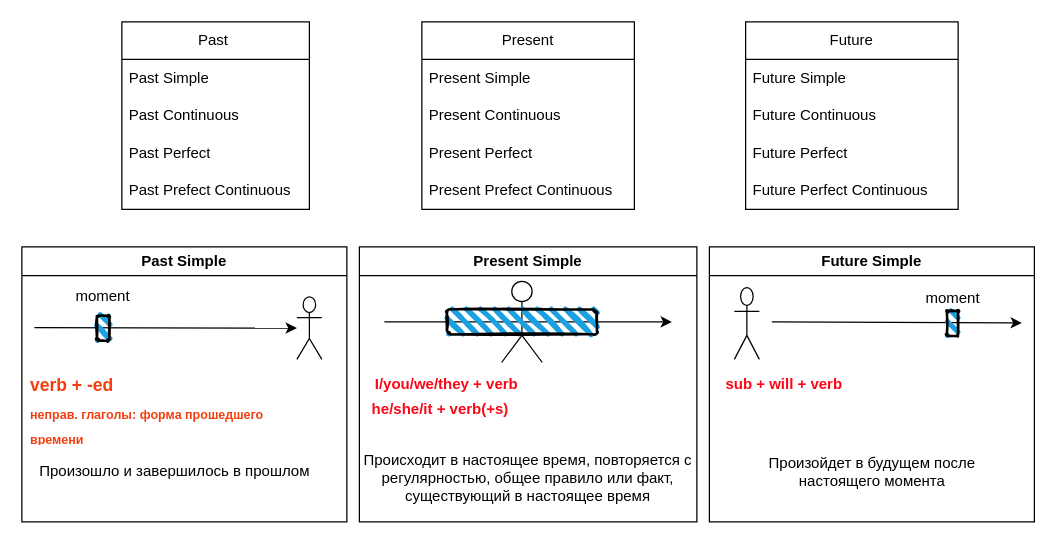
Before: Времена в английском.drawio in FeraVerto/english, a draw.io diagram. Source tidied: cells renumbered, new cells numbered last; positions are measured from the earlier drawing's top-left corner, leaving out a move shared by most shapes. Both pictures are drawn from the tidied source at 125%, with x=0, y=0 at pixel (21, 21).
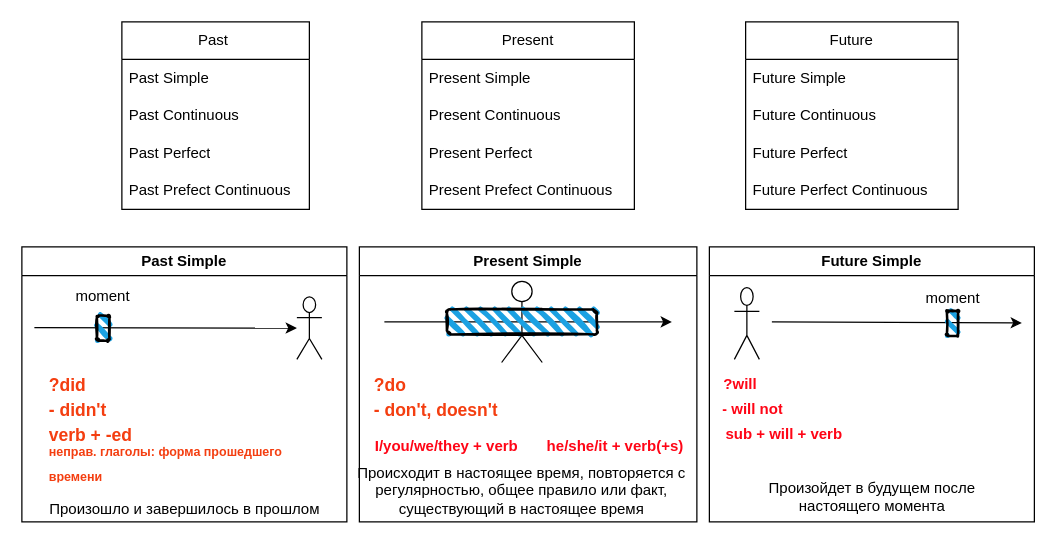
The same page after the edit.

The change refers to these unchanged cells:
```xml
<mxCell id="17" value="Past Simple" style="swimlane;whiteSpace=wrap;html=1;" parent="1" vertex="1">
  <mxGeometry y="180" width="260" height="220" as="geometry" />
</mxCell>
<mxCell id="25" value="Present Simple" style="swimlane;whiteSpace=wrap;html=1;" parent="1" vertex="1">
  <mxGeometry x="270" y="180" width="270" height="220" as="geometry" />
</mxCell>
<mxCell id="30" value="Future Simple" style="swimlane;whiteSpace=wrap;html=1;" parent="1" vertex="1">
  <mxGeometry x="550" y="180" width="260" height="220" as="geometry" />
</mxCell>
```

Diff of the diagram source:
```diff
@@
     <mxCell id="21" value="verb + -ed" style="text;html=1;strokeColor=none;fillColor=none;align=left;verticalAlign=middle;whiteSpace=wrap;overflow=hidden;fontStyle=1;fontColor=#f43e10;fontSize=14;" parent="17" vertex="1">
-      <mxGeometry x="5" y="100" width="75" height="20" as="geometry" />
+      <mxGeometry x="20" y="140" width="75" height="20" as="geometry" />
     </mxCell>
     <mxCell id="22" value="&lt;font style=&quot;font-size: 10px;&quot;&gt;неправ. глаголы: форма прошедшего времени&lt;/font&gt;" style="text;html=1;strokeColor=none;fillColor=none;align=left;verticalAlign=middle;whiteSpace=wrap;overflow=hidden;fontStyle=1;fontColor=#f43e10;fontSize=17;" parent="17" vertex="1">
-      <mxGeometry x="5" y="120" width="195" height="40" as="geometry" />
+      <mxGeometry x="20" y="150" width="195" height="40" as="geometry" />
     </mxCell>
     <mxCell id="23" value="Произошло и завершилось в прошлом" style="text;html=1;strokeColor=none;fillColor=none;align=center;verticalAlign=middle;whiteSpace=wrap;overflow=hidden;" parent="17" vertex="1">
-      <mxGeometry x="5" y="170" width="235" height="20" as="geometry" />
+      <mxGeometry x="12.5" y="200" width="235" height="20" as="geometry" />
     </mxCell>
@@
+    <mxCell id="39" value="?did" style="text;html=1;strokeColor=none;fillColor=none;align=left;verticalAlign=middle;whiteSpace=wrap;overflow=hidden;fontStyle=1;fontColor=#f43e10;fontSize=14;" parent="17" vertex="1">
+      <mxGeometry x="20" y="100" width="75" height="20" as="geometry" />
+    </mxCell>
+    <mxCell id="40" value="- didn't" style="text;html=1;strokeColor=none;fillColor=none;align=left;verticalAlign=middle;whiteSpace=wrap;overflow=hidden;fontStyle=1;fontColor=#f43e10;fontSize=14;" parent="17" vertex="1">
+      <mxGeometry x="20" y="120" width="75" height="20" as="geometry" />
+    </mxCell>
@@
     <mxCell id="27" value="I/you/we/they + verb" style="text;html=1;strokeColor=none;fillColor=none;align=center;verticalAlign=middle;whiteSpace=wrap;overflow=hidden;fontColor=#FF0516;fontStyle=1;" parent="25" vertex="1">
-      <mxGeometry x="10" y="100" width="120" height="20" as="geometry" />
+      <mxGeometry x="10" y="150" width="120" height="20" as="geometry" />
     </mxCell>
     <mxCell id="28" value="he/she/it + verb(+s)" style="text;html=1;strokeColor=none;fillColor=none;align=center;verticalAlign=middle;whiteSpace=wrap;overflow=hidden;fontStyle=1;fontColor=#FF0516;" parent="25" vertex="1">
-      <mxGeometry y="120" width="130" height="20" as="geometry" />
+      <mxGeometry x="140" y="150" width="130" height="20" as="geometry" />
     </mxCell>
     <mxCell id="29" value="Происходит в настоящее время, повторяется с регулярностью, общее правило или факт, существующий в настоящее время" style="text;html=1;strokeColor=none;fillColor=none;align=center;verticalAlign=middle;whiteSpace=wrap;overflow=hidden;" parent="25" vertex="1">
-      <mxGeometry y="150" width="270" height="70" as="geometry" />
+      <mxGeometry x="-5" y="170" width="270" height="50" as="geometry" />
     </mxCell>
+    <mxCell id="41" value="?do" style="text;html=1;strokeColor=none;fillColor=none;align=left;verticalAlign=middle;whiteSpace=wrap;overflow=hidden;fontStyle=1;fontColor=#f43e10;fontSize=14;" parent="25" vertex="1">
+      <mxGeometry x="10" y="100" width="75" height="20" as="geometry" />
+    </mxCell>
+    <mxCell id="42" value="- don't, doesn't" style="text;html=1;strokeColor=none;fillColor=none;align=left;verticalAlign=middle;whiteSpace=wrap;overflow=hidden;fontStyle=1;fontColor=#f43e10;fontSize=14;" parent="25" vertex="1">
+      <mxGeometry x="10" y="120" width="120" height="20" as="geometry" />
+    </mxCell>
@@
     <mxCell id="31" value="sub + will + verb" style="text;html=1;strokeColor=none;fillColor=none;align=center;verticalAlign=middle;whiteSpace=wrap;overflow=hidden;fontColor=#FF0516;fontStyle=1;" parent="30" vertex="1">
-      <mxGeometry y="100" width="120" height="20" as="geometry" />
+      <mxGeometry y="140" width="120" height="20" as="geometry" />
     </mxCell>
@@
     <mxCell id="35" value="Произойдет в будущем после настоящего момента" style="text;html=1;strokeColor=none;fillColor=none;align=center;verticalAlign=middle;whiteSpace=wrap;overflow=hidden;" parent="30" vertex="1">
-      <mxGeometry x="12.5" y="160" width="235" height="40" as="geometry" />
+      <mxGeometry x="12.5" y="180" width="235" height="40" as="geometry" />
     </mxCell>
@@
+    <mxCell id="43" value="?will" style="text;html=1;strokeColor=none;fillColor=none;align=center;verticalAlign=middle;whiteSpace=wrap;overflow=hidden;fontColor=#FF0516;fontStyle=1;" parent="30" vertex="1">
+      <mxGeometry y="100" width="50" height="20" as="geometry" />
+    </mxCell>
+    <mxCell id="44" value="- will not" style="text;html=1;strokeColor=none;fillColor=none;align=center;verticalAlign=middle;whiteSpace=wrap;overflow=hidden;fontColor=#FF0516;fontStyle=1;" parent="30" vertex="1">
+      <mxGeometry y="120" width="70" height="20" as="geometry" />
+    </mxCell>
```
